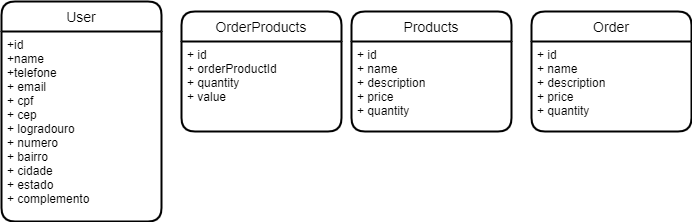
Above: assets/APIREST_abstract.png in Luanftg/Grupo4-Projeto-Integrador-Codigo-do-Futuro-BackEnd (draw.io), before the change. Source tidied: cells renumbered, new cells last; positions are measured from the earlier drawing's top-left corner, leaving out a move shared by most shapes. Source of this version:
```xml
<mxGraphModel>
  <root>
    <mxCell id="0" />
    <mxCell id="1" parent="0" />
    <mxCell id="2" value="User" style="swimlane;horizontal=1;startSize=30;rounded=1;fontSize=14;fontStyle=0;strokeWidth=2;shadow=0;dashed=0;align=center;" parent="1" vertex="1">
      <mxGeometry width="160" height="220" as="geometry" />
    </mxCell>
    <mxCell id="3" value="+id&#10;+name&#10;+telefone&#10;+ email&#10;+ cpf&#10;+ cep&#10;+ logradouro&#10;+ numero&#10;+ bairro&#10;+ cidade&#10;+ estado&#10;+ complemento" style="align=left;strokeColor=none;fillColor=none;spacingLeft=4;fontSize=12;verticalAlign=top;" parent="2" vertex="1">
      <mxGeometry y="30" width="160" height="190" as="geometry" />
    </mxCell>
    <mxCell id="4" value="Products" style="swimlane;horizontal=1;startSize=30;rounded=1;fontSize=14;fontStyle=0;strokeWidth=2;shadow=0;dashed=0;align=center;" parent="1" vertex="1">
      <mxGeometry x="350" y="10" width="160" height="120" as="geometry" />
    </mxCell>
    <mxCell id="5" value="+ id&#10;+ name&#10;+ description&#10;+ price&#10;+ quantity" style="align=left;strokeColor=none;fillColor=none;spacingLeft=4;fontSize=12;verticalAlign=top;" parent="4" vertex="1">
      <mxGeometry y="30" width="160" height="90" as="geometry" />
    </mxCell>
    <mxCell id="6" value="OrderProducts" style="swimlane;horizontal=1;startSize=30;rounded=1;fontSize=14;fontStyle=0;strokeWidth=2;shadow=0;dashed=0;align=center;" parent="1" vertex="1">
      <mxGeometry x="180" y="10" width="160" height="120" as="geometry" />
    </mxCell>
    <mxCell id="7" value="+ id&#10;+ orderProductId&#10;+ quantity&#10;+ value" style="align=left;strokeColor=none;fillColor=none;spacingLeft=4;fontSize=12;verticalAlign=top;" parent="6" vertex="1">
      <mxGeometry y="30" width="160" height="90" as="geometry" />
    </mxCell>
    <mxCell id="8" value="Order" style="swimlane;horizontal=1;startSize=30;rounded=1;fontSize=14;fontStyle=0;strokeWidth=2;shadow=0;dashed=0;align=center;" parent="1" vertex="1">
      <mxGeometry x="530" y="10" width="160" height="120" as="geometry" />
    </mxCell>
    <mxCell id="9" value="+ id&#10;+ name&#10;+ description&#10;+ price&#10;+ quantity" style="align=left;strokeColor=none;fillColor=none;spacingLeft=4;fontSize=12;verticalAlign=top;" parent="8" vertex="1">
      <mxGeometry y="30" width="160" height="90" as="geometry" />
    </mxCell>
  </root>
</mxGraphModel>
```
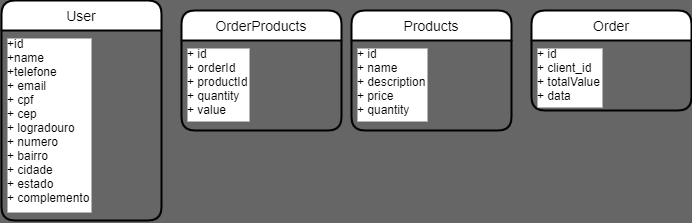
Above is the later version.

Change to the diagram source:
```diff
@@ -1,30 +1,30 @@
-<mxGraphModel>
+<mxGraphModel background="#666666">
   <root>
     <mxCell id="0" />
     <mxCell id="1" parent="0" />
     <mxCell id="2" value="User" style="swimlane;horizontal=1;startSize=30;rounded=1;fontSize=14;fontStyle=0;strokeWidth=2;shadow=0;dashed=0;align=center;" parent="1" vertex="1">
       <mxGeometry width="160" height="220" as="geometry" />
     </mxCell>
-    <mxCell id="3" value="+id&#10;+name&#10;+telefone&#10;+ email&#10;+ cpf&#10;+ cep&#10;+ logradouro&#10;+ numero&#10;+ bairro&#10;+ cidade&#10;+ estado&#10;+ complemento" style="align=left;strokeColor=none;fillColor=none;spacingLeft=4;fontSize=12;verticalAlign=top;" parent="2" vertex="1">
+    <mxCell id="3" value="+id&#10;+name&#10;+telefone&#10;+ email&#10;+ cpf&#10;+ cep&#10;+ logradouro&#10;+ numero&#10;+ bairro&#10;+ cidade&#10;+ estado&#10;+ complemento" style="align=left;strokeColor=none;fillColor=none;spacingLeft=4;fontSize=12;verticalAlign=top;labelBackgroundColor=#FFFFFF;fontColor=#000000;" parent="2" vertex="1">
       <mxGeometry y="30" width="160" height="190" as="geometry" />
     </mxCell>
     <mxCell id="4" value="Products" style="swimlane;horizontal=1;startSize=30;rounded=1;fontSize=14;fontStyle=0;strokeWidth=2;shadow=0;dashed=0;align=center;" parent="1" vertex="1">
       <mxGeometry x="350" y="10" width="160" height="120" as="geometry" />
     </mxCell>
-    <mxCell id="5" value="+ id&#10;+ name&#10;+ description&#10;+ price&#10;+ quantity" style="align=left;strokeColor=none;fillColor=none;spacingLeft=4;fontSize=12;verticalAlign=top;" parent="4" vertex="1">
+    <mxCell id="5" value="+ id&#10;+ name&#10;+ description&#10;+ price&#10;+ quantity" style="align=left;strokeColor=none;fillColor=none;spacingLeft=4;fontSize=12;verticalAlign=top;fontColor=#000000;labelBackgroundColor=#FFFFFF;" parent="4" vertex="1">
       <mxGeometry y="30" width="160" height="90" as="geometry" />
     </mxCell>
     <mxCell id="6" value="OrderProducts" style="swimlane;horizontal=1;startSize=30;rounded=1;fontSize=14;fontStyle=0;strokeWidth=2;shadow=0;dashed=0;align=center;" parent="1" vertex="1">
       <mxGeometry x="180" y="10" width="160" height="120" as="geometry" />
     </mxCell>
-    <mxCell id="7" value="+ id&#10;+ orderProductId&#10;+ quantity&#10;+ value" style="align=left;strokeColor=none;fillColor=none;spacingLeft=4;fontSize=12;verticalAlign=top;" parent="6" vertex="1">
+    <mxCell id="7" value="+ id&#10;+ orderId&#10;+ productId&#10;+ quantity&#10;+ value&#10;" style="align=left;strokeColor=none;fillColor=none;spacingLeft=4;fontSize=12;verticalAlign=top;labelBackgroundColor=#FFFFFF;fontColor=#000000;" parent="6" vertex="1">
       <mxGeometry y="30" width="160" height="90" as="geometry" />
     </mxCell>
     <mxCell id="8" value="Order" style="swimlane;horizontal=1;startSize=30;rounded=1;fontSize=14;fontStyle=0;strokeWidth=2;shadow=0;dashed=0;align=center;" parent="1" vertex="1">
-      <mxGeometry x="530" y="10" width="160" height="120" as="geometry" />
+      <mxGeometry x="530" y="10" width="160" height="100" as="geometry" />
     </mxCell>
-    <mxCell id="9" value="+ id&#10;+ name&#10;+ description&#10;+ price&#10;+ quantity" style="align=left;strokeColor=none;fillColor=none;spacingLeft=4;fontSize=12;verticalAlign=top;" parent="8" vertex="1">
-      <mxGeometry y="30" width="160" height="90" as="geometry" />
+    <mxCell id="9" value="+ id&#10;+ client_id&#10;+ totalValue&#10;+ data" style="align=left;strokeColor=none;fillColor=none;spacingLeft=4;fontSize=12;verticalAlign=top;fontColor=#000000;labelBackgroundColor=#FFFFFF;" parent="8" vertex="1">
+      <mxGeometry y="30" width="160" height="70" as="geometry" />
     </mxCell>
   </root>
 </mxGraphModel>
```
